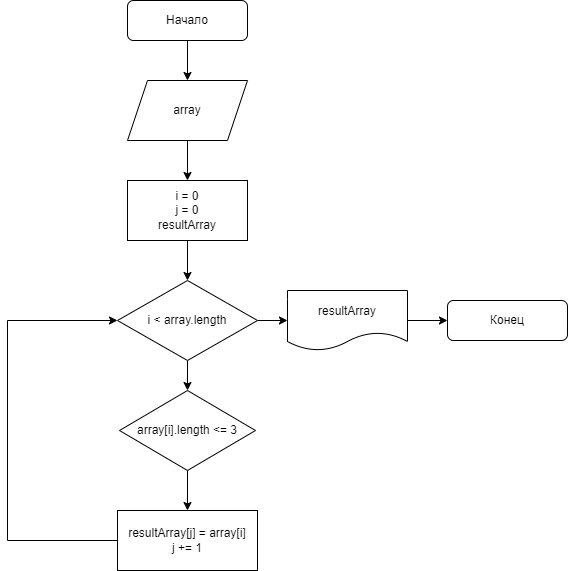
Earlier version of the draw.io export scheme.png (uHiderovich/CW1). Source tidied: cells renumbered, new cells last; positions are measured from the earlier drawing's top-left corner, leaving out a move shared by most shapes.
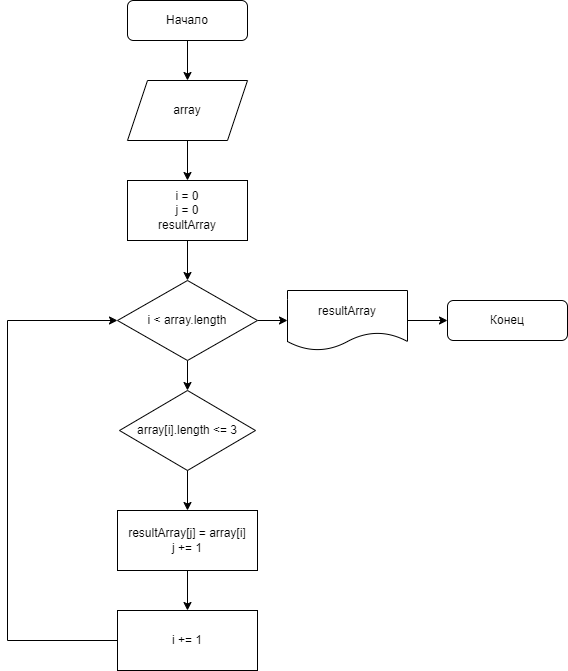
After the change.

Commit message:
Скорректировал блок схему

What changed in the source:
```diff
@@ -29,14 +29,17 @@
     <mxCell id="10" value="array[i].length &amp;lt;= 3" style="rhombus;whiteSpace=wrap;html=1;" parent="1" vertex="1">
       <mxGeometry x="112" y="390" width="136" height="80" as="geometry" />
     </mxCell>
-    <mxCell id="11" style="edgeStyle=orthogonalEdgeStyle;rounded=0;jettySize=auto;html=1;entryX=0;entryY=0.5;entryDx=0;entryDy=0;" parent="1" edge="1" source="12" target="8">
+    <mxCell id="11" style="edgeStyle=orthogonalEdgeStyle;rounded=0;jettySize=auto;html=1;entryX=0;entryY=0.5;entryDx=0;entryDy=0;exitX=0;exitY=0.5;exitDx=0;exitDy=0;" parent="1" edge="1" source="19" target="8">
       <mxGeometry relative="1" as="geometry">
         <Array as="points">
-          <mxPoint y="540" />
+          <mxPoint y="640" />
           <mxPoint y="320" />
         </Array>
       </mxGeometry>
     </mxCell>
+    <mxCell id="18" style="edgeStyle=orthogonalEdgeStyle;rounded=0;jettySize=auto;html=1;" parent="1" edge="1" source="12" target="19">
+      <mxGeometry relative="1" as="geometry" />
+    </mxCell>
     <mxCell id="12" value="resultArray[j] = array[i]&lt;br&gt;j += 1" style="rounded=0;whiteSpace=wrap;html=1;" parent="1" vertex="1">
       <mxGeometry x="110" y="510" width="140" height="60" as="geometry" />
     </mxCell>
@@ -55,5 +58,8 @@
     <mxCell id="17" value="resultArray" style="shape=document;whiteSpace=wrap;html=1;boundedLbl=1;" parent="1" vertex="1">
       <mxGeometry x="280" y="290" width="120" height="60" as="geometry" />
     </mxCell>
+    <mxCell id="19" value="i += 1" style="rounded=0;whiteSpace=wrap;html=1;" parent="1" vertex="1">
+      <mxGeometry x="110" y="610" width="140" height="60" as="geometry" />
+    </mxCell>
   </root>
 </mxGraphModel>
```
